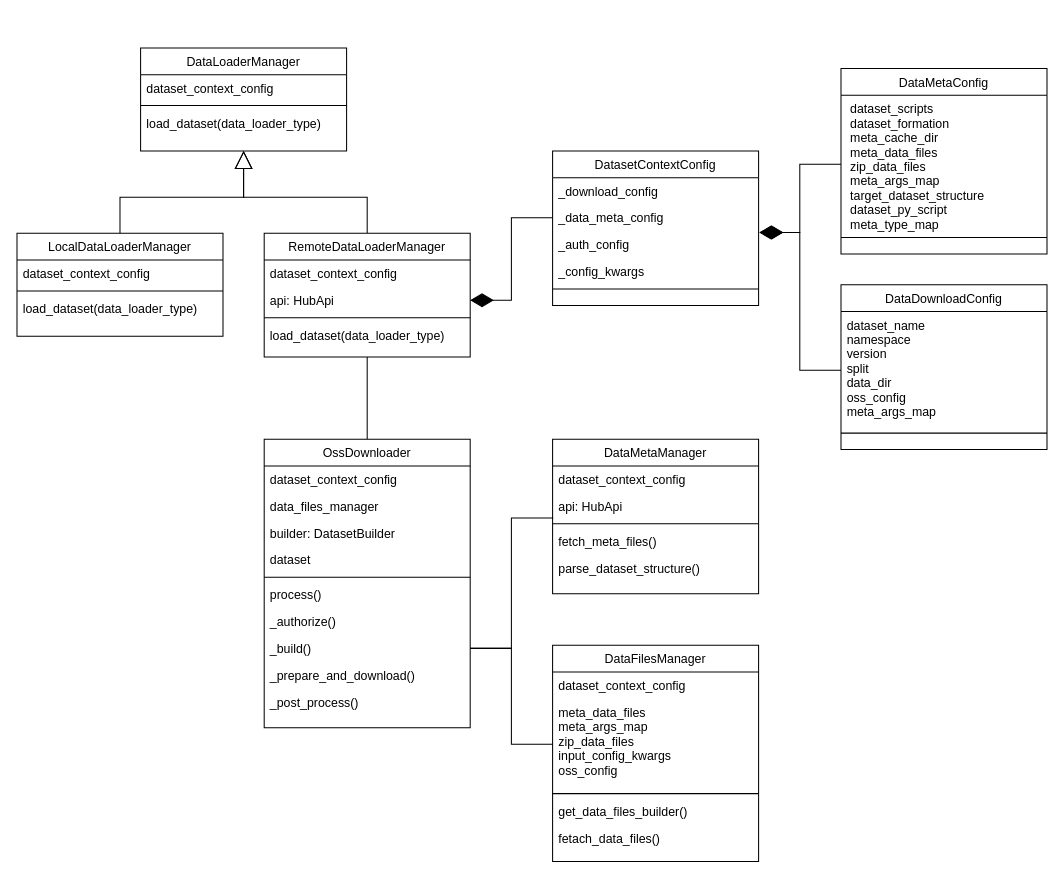
This is page "v_0.1" (1 of 2) of graphs/modelscope_class_diagram.drawio from zhongchun/daily, a draw.io file, before an edit. Source tidied: cells renumbered, new cells numbered last; positions are measured from the earlier drawing's top-left corner, leaving out a move shared by most shapes. Both pictures are drawn from the tidied source at 103%, with x=0, y=0 at pixel (16, 47).
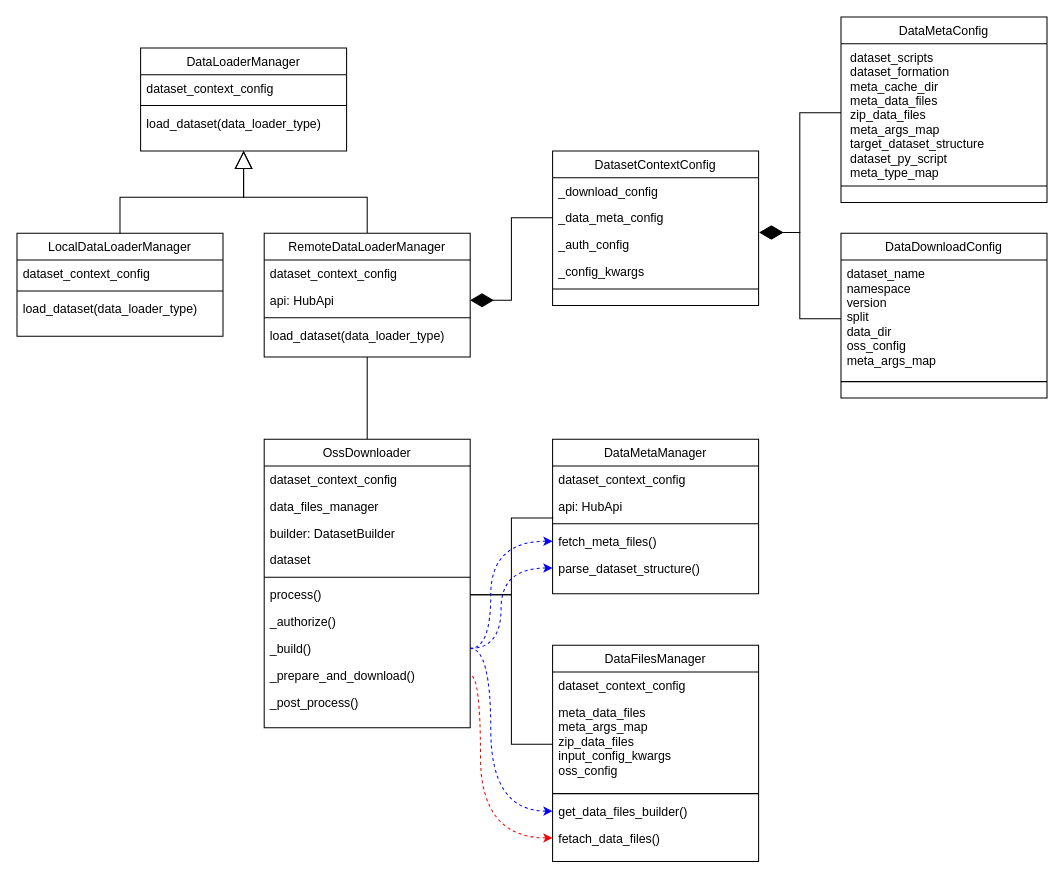
The same diagram, later.

Unchanged cells that the change refers to:
```xml
<mxCell id="20" value="_data_meta_config" style="text;align=left;verticalAlign=top;spacingLeft=4;spacingRight=4;overflow=hidden;points=[[0,0.5],[1,0.5]];portConstraint=eastwest;rounded=0;shadow=0;html=0;" parent="18" vertex="1">
  <mxGeometry y="52" width="200" height="26" as="geometry" />
</mxCell>
<mxCell id="21" value="_auth_config" style="text;align=left;verticalAlign=top;spacingLeft=4;spacingRight=4;overflow=hidden;points=[[0,0.5],[1,0.5]];portConstraint=eastwest;rounded=0;shadow=0;html=0;" parent="18" vertex="1">
  <mxGeometry y="78" width="200" height="26" as="geometry" />
</mxCell>
<mxCell id="31" value="process()" style="text;align=left;verticalAlign=top;spacingLeft=4;spacingRight=4;overflow=hidden;points=[[0,0.5],[1,0.5]];portConstraint=eastwest;fontStyle=0;" parent="25" vertex="1">
  <mxGeometry y="138" width="200" height="26" as="geometry" />
</mxCell>
<mxCell id="33" value="_build()" style="text;align=left;verticalAlign=top;spacingLeft=4;spacingRight=4;overflow=hidden;points=[[0,0.5],[1,0.5]];portConstraint=eastwest;fontStyle=0;" parent="25" vertex="1">
  <mxGeometry y="190" width="200" height="26" as="geometry" />
</mxCell>
<mxCell id="34" value="_prepare_and_download()" style="text;align=left;verticalAlign=top;spacingLeft=4;spacingRight=4;overflow=hidden;points=[[0,0.5],[1,0.5]];portConstraint=eastwest;fontStyle=0;" parent="25" vertex="1">
  <mxGeometry y="216" width="200" height="26" as="geometry" />
</mxCell>
<mxCell id="37" value=" dataset_scripts&#10; dataset_formation&#10; meta_cache_dir&#10; meta_data_files&#10; zip_data_files&#10; meta_args_map&#10; target_dataset_structure&#10; dataset_py_script&#10; meta_type_map&#10;" style="text;align=left;verticalAlign=top;spacingLeft=4;spacingRight=4;overflow=hidden;points=[[0,0.5],[1,0.5]];portConstraint=eastwest;" parent="36" vertex="1">
  <mxGeometry y="26" width="200" height="134" as="geometry" />
</mxCell>
<mxCell id="40" value="dataset_name&#10;namespace&#10;version&#10;split&#10;data_dir&#10;oss_config&#10;meta_args_map" style="text;align=left;verticalAlign=top;spacingLeft=4;spacingRight=4;overflow=hidden;points=[[0,0.5],[1,0.5]];portConstraint=eastwest;" parent="39" vertex="1">
  <mxGeometry y="26" width="200" height="114" as="geometry" />
</mxCell>
<mxCell id="46" value="api: HubApi" style="text;align=left;verticalAlign=top;spacingLeft=4;spacingRight=4;overflow=hidden;points=[[0,0.5],[1,0.5]];portConstraint=eastwest;rounded=0;shadow=0;html=0;" parent="44" vertex="1">
  <mxGeometry y="52" width="200" height="26" as="geometry" />
</mxCell>
<mxCell id="48" value="fetch_meta_files()" style="text;align=left;verticalAlign=top;spacingLeft=4;spacingRight=4;overflow=hidden;points=[[0,0.5],[1,0.5]];portConstraint=eastwest;fontStyle=0;" parent="44" vertex="1">
  <mxGeometry y="86" width="200" height="26" as="geometry" />
</mxCell>
<mxCell id="49" value="parse_dataset_structure()" style="text;align=left;verticalAlign=top;spacingLeft=4;spacingRight=4;overflow=hidden;points=[[0,0.5],[1,0.5]];portConstraint=eastwest;fontStyle=0;" parent="44" vertex="1">
  <mxGeometry y="112" width="200" height="26" as="geometry" />
</mxCell>
<mxCell id="53" value="meta_data_files&#10;meta_args_map&#10;zip_data_files&#10;input_config_kwargs&#10;oss_config&#10;" style="text;align=left;verticalAlign=top;spacingLeft=4;spacingRight=4;overflow=hidden;points=[[0,0.5],[1,0.5]];portConstraint=eastwest;rounded=0;shadow=0;html=0;" parent="51" vertex="1">
  <mxGeometry y="52" width="200" height="88" as="geometry" />
</mxCell>
<mxCell id="55" value="get_data_files_builder()" style="text;align=left;verticalAlign=top;spacingLeft=4;spacingRight=4;overflow=hidden;points=[[0,0.5],[1,0.5]];portConstraint=eastwest;fontStyle=0;" parent="51" vertex="1">
  <mxGeometry y="148" width="200" height="26" as="geometry" />
</mxCell>
<mxCell id="56" value="fetach_data_files()" style="text;align=left;verticalAlign=top;spacingLeft=4;spacingRight=4;overflow=hidden;points=[[0,0.5],[1,0.5]];portConstraint=eastwest;fontStyle=0;" parent="51" vertex="1">
  <mxGeometry y="174" width="200" height="26" as="geometry" />
</mxCell>
```

Diff of the diagram source:
```diff
@@
     <mxCell id="36" value="DataMetaConfig" style="swimlane;fontStyle=0;align=center;verticalAlign=top;horizontal=1;startSize=26;rounded=0;shadow=0;strokeWidth=1;" parent="1" vertex="1">
-      <mxGeometry x="800" y="20" width="200" height="180" as="geometry" />
+      <mxGeometry x="800" y="-30" width="200" height="180" as="geometry" />
     </mxCell>
@@
     <mxCell id="39" value="DataDownloadConfig" style="swimlane;fontStyle=0;align=center;verticalAlign=top;horizontal=1;startSize=26;rounded=0;shadow=0;strokeWidth=1;" parent="1" vertex="1">
-      <mxGeometry x="800" y="230" width="200" height="160" as="geometry" />
+      <mxGeometry x="800" y="180" width="200" height="160" as="geometry" />
     </mxCell>
@@
-    <mxCell id="42" style="edgeStyle=orthogonalEdgeStyle;rounded=0;jettySize=auto;html=1;endArrow=diamondThin;endFill=1;endSize=20;startSize=20;entryX=1.006;entryY=1.048;entryDx=0;entryDy=0;entryPerimeter=0;" parent="1" edge="1" source="37" target="20">
+    <mxCell id="42" style="rounded=0;jettySize=auto;html=1;endArrow=diamondThin;endFill=1;endSize=20;startSize=20;entryX=1.006;entryY=1.048;entryDx=0;entryDy=0;entryPerimeter=0;exitX=0;exitY=0.5;exitDx=0;exitDy=0;edgeStyle=orthogonalEdgeStyle;" parent="1" edge="1" source="37" target="20">
       <mxGeometry relative="1" as="geometry">
         <Array as="points">
-          <mxPoint x="760" y="113" />
+          <mxPoint x="760" y="63" />
           <mxPoint x="760" y="179" />
         </Array>
       </mxGeometry>
     </mxCell>
     <mxCell id="43" style="rounded=0;jettySize=auto;html=1;endArrow=diamondThin;endFill=1;endSize=20;startSize=20;entryX=1.003;entryY=0.048;entryDx=0;entryDy=0;entryPerimeter=0;exitX=0;exitY=0.5;exitDx=0;exitDy=0;edgeStyle=orthogonalEdgeStyle;" parent="1" edge="1" source="40" target="21">
       <mxGeometry relative="1" as="geometry">
         <Array as="points">
-          <mxPoint x="760" y="313" />
+          <mxPoint x="760" y="263" />
           <mxPoint x="760" y="179" />
         </Array>
       </mxGeometry>
     </mxCell>
@@
-    <mxCell id="50" style="endArrow=none;html=1;rounded=0;entryX=1;entryY=0.5;entryDx=0;entryDy=0;exitX=0.003;exitY=0.942;exitDx=0;exitDy=0;exitPerimeter=0;edgeStyle=orthogonalEdgeStyle;" parent="1" edge="1" source="46" target="33">
+    <mxCell id="50" style="endArrow=none;html=1;rounded=0;entryX=1;entryY=0.5;entryDx=0;entryDy=0;exitX=0.003;exitY=0.942;exitDx=0;exitDy=0;exitPerimeter=0;edgeStyle=orthogonalEdgeStyle;" parent="1" edge="1" source="46" target="31">
       <mxGeometry relative="1" as="geometry" />
     </mxCell>
@@
-    <mxCell id="57" style="endArrow=none;html=1;rounded=0;entryX=1;entryY=0.5;entryDx=0;entryDy=0;exitX=0;exitY=0.5;exitDx=0;exitDy=0;edgeStyle=orthogonalEdgeStyle;" parent="1" edge="1" source="53" target="33">
+    <mxCell id="57" style="endArrow=none;html=1;rounded=0;entryX=1;entryY=0.5;entryDx=0;entryDy=0;exitX=0;exitY=0.5;exitDx=0;exitDy=0;edgeStyle=orthogonalEdgeStyle;" parent="1" edge="1" source="53" target="31">
       <mxGeometry relative="1" as="geometry" />
     </mxCell>
+    <mxCell id="58" style="endArrow=none;dashed=1;html=1;rounded=0;exitX=0;exitY=0.5;exitDx=0;exitDy=0;entryX=1;entryY=0.5;entryDx=0;entryDy=0;edgeStyle=orthogonalEdgeStyle;curved=1;strokeColor=#FF0000;startArrow=classic;startFill=1;" parent="1" edge="1" source="56" target="34">
+      <mxGeometry relative="1" as="geometry">
+        <Array as="points">
+          <mxPoint x="450" y="767" />
+          <mxPoint x="450" y="609" />
+        </Array>
+      </mxGeometry>
+    </mxCell>
+    <mxCell id="59" style="endArrow=none;dashed=1;html=1;rounded=0;exitX=0;exitY=0.5;exitDx=0;exitDy=0;entryX=1;entryY=0.5;entryDx=0;entryDy=0;fillColor=#f8cecc;strokeColor=#0000FF;edgeStyle=orthogonalEdgeStyle;curved=1;endFill=0;startArrow=classic;startFill=1;" parent="1" edge="1" source="48" target="33">
+      <mxGeometry relative="1" as="geometry">
+        <Array as="points">
+          <mxPoint x="460" y="479" />
+          <mxPoint x="460" y="583" />
+        </Array>
+      </mxGeometry>
+    </mxCell>
+    <mxCell id="60" style="endArrow=none;dashed=1;html=1;rounded=0;exitX=0;exitY=0.5;exitDx=0;exitDy=0;entryX=1;entryY=0.5;entryDx=0;entryDy=0;fillColor=#f8cecc;strokeColor=#0000FF;edgeStyle=orthogonalEdgeStyle;curved=1;startArrow=classic;startFill=1;" parent="1" edge="1" source="49" target="33">
+      <mxGeometry relative="1" as="geometry">
+        <Array as="points">
+          <mxPoint x="470" y="505" />
+          <mxPoint x="470" y="583" />
+        </Array>
+      </mxGeometry>
+    </mxCell>
+    <mxCell id="61" style="endArrow=none;dashed=1;html=1;rounded=0;entryX=1;entryY=0.5;entryDx=0;entryDy=0;fillColor=#f8cecc;strokeColor=#0000FF;exitX=0;exitY=0.5;exitDx=0;exitDy=0;edgeStyle=orthogonalEdgeStyle;curved=1;startArrow=classic;startFill=1;" parent="1" edge="1" source="55" target="33">
+      <mxGeometry relative="1" as="geometry">
+        <Array as="points">
+          <mxPoint x="460" y="741" />
+          <mxPoint x="460" y="583" />
+        </Array>
+      </mxGeometry>
+    </mxCell>
```
